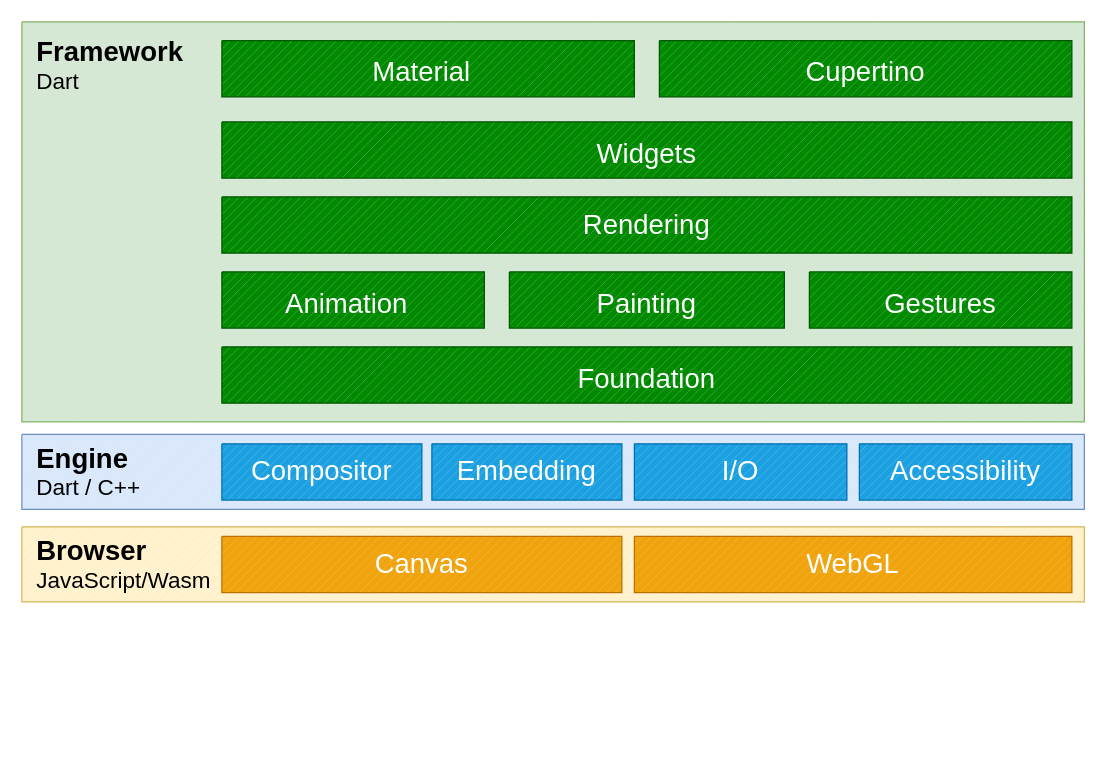
Above: diagrams/resources/web-framework-diagram.drawio in flutter/website (draw.io), before the change. Source tidied: cells renumbered, new cells numbered last; positions are measured from the earlier drawing's top-left corner, leaving out a move shared by most shapes. Both pictures are drawn from the tidied source at 125%, with x=0, y=0 at pixel (21, 21).
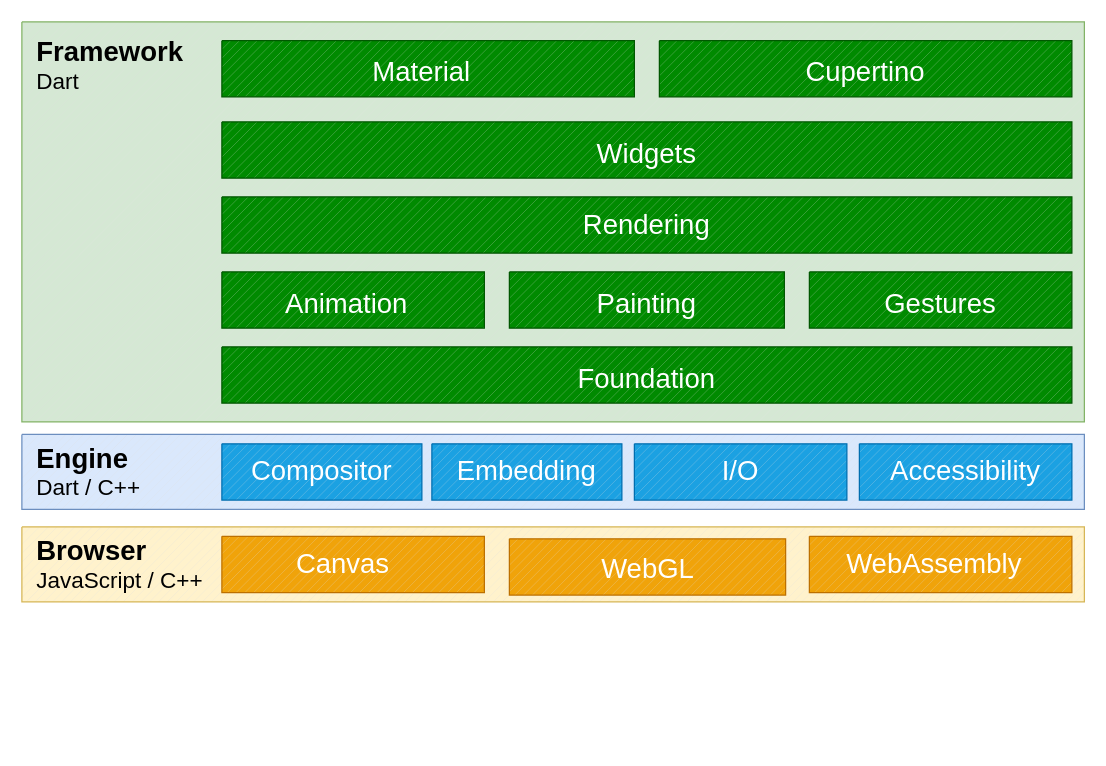
Above is the later version.

Diff of the diagram source:
```diff
@@
-    <mxCell id="6" value="&lt;font style=&quot;font-size: 22px;&quot;&gt;&lt;b&gt;Browser&lt;/b&gt;&lt;/font&gt;&lt;div&gt;&lt;font style=&quot;font-size: 18px;&quot;&gt;JavaScript/Wasm&lt;/font&gt;&lt;/div&gt;" style="text;html=1;align=left;verticalAlign=middle;whiteSpace=wrap;rounded=0;" parent="1" vertex="1">
+    <mxCell id="6" value="&lt;font style=&quot;font-size: 22px;&quot;&gt;&lt;b&gt;Browser&lt;/b&gt;&lt;/font&gt;&lt;div&gt;&lt;font style=&quot;font-size: 18px;&quot;&gt;JavaScript / C++&lt;/font&gt;&lt;/div&gt;" style="text;html=1;align=left;verticalAlign=middle;whiteSpace=wrap;rounded=0;" parent="1" vertex="1">
       <mxGeometry x="10" y="419" width="150" height="30" as="geometry" />
     </mxCell>
@@
     <mxCell id="23" style="verticalLabelPosition=bottom;verticalAlign=top;html=1;shape=mxgraph.basic.patternFillRect;fillStyle=diag;step=5;fillStrokeWidth=0.2;fillStrokeColor=#dddddd;fillColor=#f0a30a;fontColor=#000000;strokeColor=#BD7000;" parent="1" vertex="1">
-      <mxGeometry x="160" y="411.5" width="320" height="45" as="geometry" />
+      <mxGeometry x="160" y="411.5" width="210" height="45" as="geometry" />
     </mxCell>
     <mxCell id="24" style="verticalLabelPosition=bottom;verticalAlign=top;html=1;shape=mxgraph.basic.patternFillRect;fillStyle=diag;step=5;fillStrokeWidth=0.2;fillStrokeColor=#dddddd;fillColor=#f0a30a;fontColor=#000000;strokeColor=#BD7000;" parent="1" vertex="1">
-      <mxGeometry x="490" y="411.5" width="350" height="45" as="geometry" />
+      <mxGeometry x="630" y="411.5" width="210" height="45" as="geometry" />
     </mxCell>
     <mxCell id="25" value="&lt;font style=&quot;font-size: 22px; color: rgb(255, 255, 255);&quot;&gt;Canvas&lt;/font&gt;" style="text;html=1;align=center;verticalAlign=middle;whiteSpace=wrap;rounded=0;" parent="1" vertex="1">
-      <mxGeometry x="290" y="419" width="60" height="30" as="geometry" />
+      <mxGeometry x="227" y="419" width="60" height="30" as="geometry" />
     </mxCell>
-    <mxCell id="26" value="&lt;font style=&quot;font-size: 22px; color: rgb(255, 255, 255);&quot;&gt;WebGL&lt;/font&gt;" style="text;html=1;align=center;verticalAlign=middle;whiteSpace=wrap;rounded=0;" parent="1" vertex="1">
-      <mxGeometry x="635" y="419" width="60" height="30" as="geometry" />
+    <mxCell id="26" value="&lt;font style=&quot;font-size: 22px; color: rgb(255, 255, 255);&quot;&gt;WebAssembly&lt;/font&gt;" style="text;html=1;align=center;verticalAlign=middle;whiteSpace=wrap;rounded=0;" parent="1" vertex="1">
+      <mxGeometry x="700" y="419" width="60" height="30" as="geometry" />
     </mxCell>
@@
+    <mxCell id="37" style="verticalLabelPosition=bottom;verticalAlign=top;html=1;shape=mxgraph.basic.patternFillRect;fillStyle=diag;step=5;fillStrokeWidth=0.2;fillStrokeColor=#dddddd;fillColor=#f0a30a;fontColor=#000000;strokeColor=#BD7000;" parent="1" vertex="1">
+      <mxGeometry x="390" y="413.5" width="221" height="45" as="geometry" />
+    </mxCell>
+    <mxCell id="38" value="&lt;font style=&quot;font-size: 22px; color: rgb(255, 255, 255);&quot;&gt;WebGL&lt;/font&gt;" style="text;html=1;align=center;verticalAlign=middle;whiteSpace=wrap;rounded=0;" parent="1" vertex="1">
+      <mxGeometry x="471" y="423" width="60" height="30" as="geometry" />
+    </mxCell>
```
